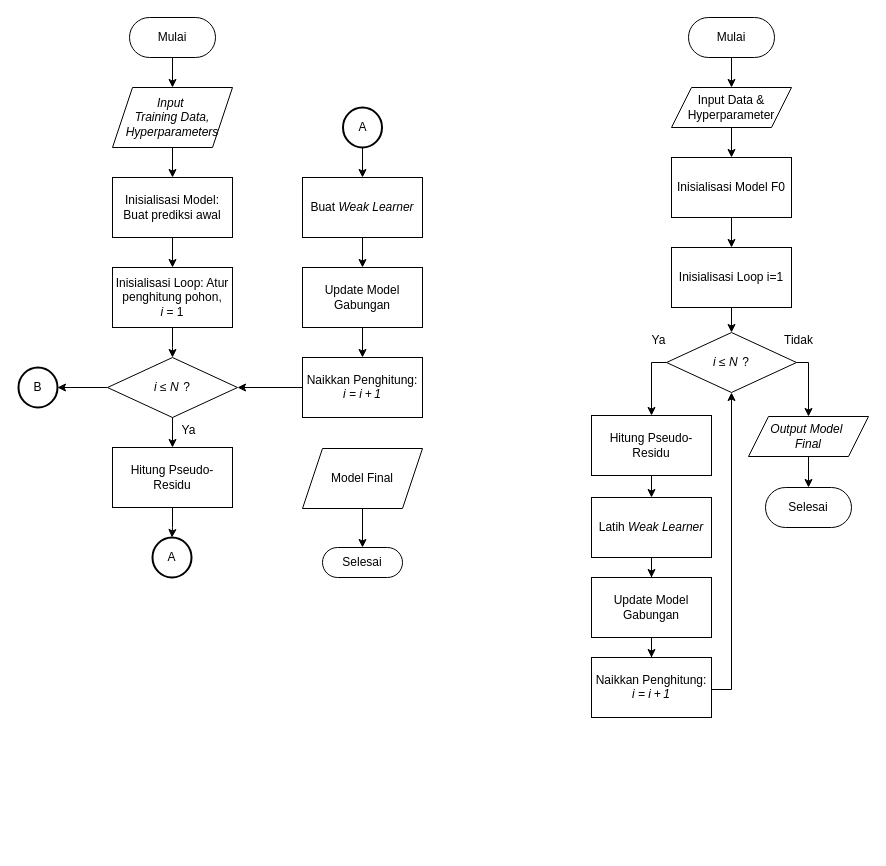
Above: diagrams/Flowchart gradient boosting.drawio in fadhilra101/skripsi (draw.io), before the change. Source tidied: cells renumbered, new cells numbered last; positions are measured from the earlier drawing's top-left corner, leaving out a move shared by most shapes. Both pictures are drawn from the tidied source at 100%, with x=0, y=0 at pixel (18, 17).
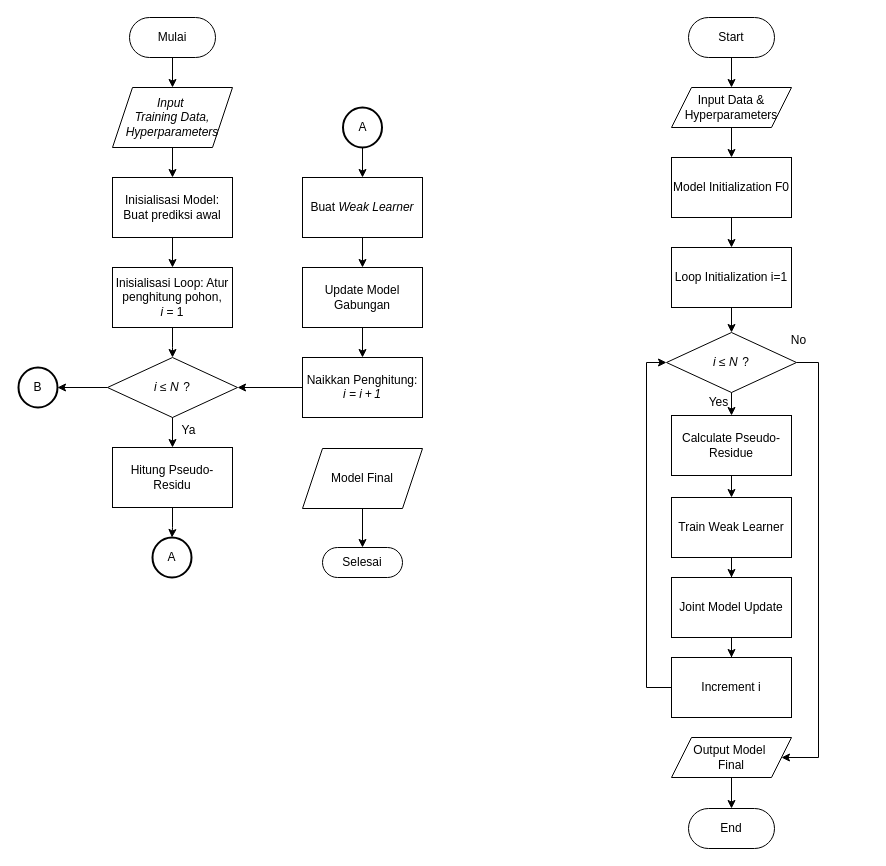
The same diagram, later.

The change refers to these unchanged cells:
```xml
<mxCell id="39" value="&lt;i&gt;i&amp;nbsp;&lt;/i&gt;&lt;span style=&quot;&quot; class=&quot;katex&quot;&gt;&lt;span style=&quot;&quot; aria-hidden=&quot;true&quot; class=&quot;katex-html&quot;&gt;&lt;span style=&quot;&quot; class=&quot;base&quot;&gt;&lt;span style=&quot;&quot; class=&quot;mrel&quot;&gt;≤&lt;/span&gt;&lt;span style=&quot;margin-right: 0.2778em; margin-right: 0.2778em;&quot; class=&quot;mspace&quot;&gt;&lt;/span&gt;&lt;/span&gt;&lt;span style=&quot;&quot; class=&quot;base&quot;&gt;&lt;i&gt;&lt;span style=&quot;height: 0.6833em;&quot; class=&quot;strut&quot;&gt;&lt;/span&gt;&lt;span style=&quot;margin-right: 0.109em;&quot; class=&quot;mord mathnormal&quot;&gt;N&lt;/span&gt;&lt;/i&gt;&lt;/span&gt;&lt;/span&gt;&lt;/span&gt; ?" style="rhombus;whiteSpace=wrap;html=1;fillColor=none;" parent="1" vertex="1">
  <mxGeometry x="648" y="315" width="130" height="60" as="geometry" />
</mxCell>
```

Change to the diagram source:
```diff
@@
-    <mxCell id="30" value="Mulai" style="html=1;dashed=0;whiteSpace=wrap;shape=mxgraph.dfd.start;" parent="1" vertex="1">
+    <mxCell id="30" value="Start" style="html=1;dashed=0;whiteSpace=wrap;shape=mxgraph.dfd.start;" parent="1" vertex="1">
       <mxGeometry x="670" width="86" height="40" as="geometry" />
     </mxCell>
@@
-    <mxCell id="32" value="Input Data &amp;amp; Hyperparameter" style="shape=parallelogram;perimeter=parallelogramPerimeter;whiteSpace=wrap;html=1;fixedSize=1;fillColor=none;" parent="1" vertex="1">
+    <mxCell id="32" value="Input Data &amp;amp; Hyperparameters" style="shape=parallelogram;perimeter=parallelogramPerimeter;whiteSpace=wrap;html=1;fixedSize=1;fillColor=none;" parent="1" vertex="1">
       <mxGeometry x="653" y="70" width="120" height="40" as="geometry" />
     </mxCell>
@@
-    <mxCell id="34" value="Inisialisasi Model F0" style="rounded=0;whiteSpace=wrap;html=1;fillColor=none;" parent="1" vertex="1">
+    <mxCell id="34" value="&lt;p&gt;Model Initialization F0&lt;/p&gt;" style="rounded=0;whiteSpace=wrap;html=1;fillColor=none;" parent="1" vertex="1">
       <mxGeometry x="653" y="140" width="120" height="60" as="geometry" />
     </mxCell>
@@
-    <mxCell id="36" value="Inisialisasi Loop i=1" style="rounded=0;whiteSpace=wrap;html=1;fillColor=none;" parent="1" vertex="1">
+    <mxCell id="36" value="&lt;p&gt;Loop Initialization i=1&lt;/p&gt;" style="rounded=0;whiteSpace=wrap;html=1;fillColor=none;" parent="1" vertex="1">
       <mxGeometry x="653" y="230" width="120" height="60" as="geometry" />
     </mxCell>
+    <mxCell id="38" style="edgeStyle=orthogonalEdgeStyle;rounded=0;jettySize=auto;html=1;entryX=0.5;entryY=0;entryDx=0;entryDy=0;" parent="1" edge="1" source="39" target="45">
+      <mxGeometry relative="1" as="geometry" />
+    </mxCell>
-    <mxCell id="37" style="edgeStyle=orthogonalEdgeStyle;rounded=0;jettySize=auto;html=1;" parent="1" edge="1" source="39" target="41">
+    <mxCell id="37" style="edgeStyle=orthogonalEdgeStyle;rounded=0;jettySize=auto;html=1;entryX=1;entryY=0.5;entryDx=0;entryDy=0;" parent="1" edge="1" source="39" target="41">
       <mxGeometry relative="1" as="geometry">
         <Array as="points">
-          <mxPoint x="790" y="345" />
+          <mxPoint x="800" y="345" />
+          <mxPoint x="800" y="740" />
         </Array>
       </mxGeometry>
     </mxCell>
-    <mxCell id="38" style="edgeStyle=orthogonalEdgeStyle;rounded=0;jettySize=auto;html=1;entryX=0.5;entryY=0;entryDx=0;entryDy=0;" parent="1" edge="1" source="39" target="45">
-      <mxGeometry relative="1" as="geometry">
-        <Array as="points">
-          <mxPoint x="633" y="345" />
-        </Array>
-      </mxGeometry>
-    </mxCell>
@@
-    <mxCell id="41" value="&lt;i&gt;Output Model&amp;nbsp;&lt;/i&gt;&lt;div&gt;&lt;i&gt;Final&lt;/i&gt;&lt;/div&gt;" style="shape=parallelogram;perimeter=parallelogramPerimeter;whiteSpace=wrap;html=1;fixedSize=1;fillColor=none;" parent="1" vertex="1">
-      <mxGeometry x="730" y="399" width="120" height="40" as="geometry" />
+    <mxCell id="41" value="Output Model&amp;nbsp;&lt;div&gt;Final&lt;/div&gt;" style="shape=parallelogram;perimeter=parallelogramPerimeter;whiteSpace=wrap;html=1;fixedSize=1;fillColor=none;" parent="1" vertex="1">
+      <mxGeometry x="653" y="720" width="120" height="40" as="geometry" />
     </mxCell>
-    <mxCell id="42" value="Selesai" style="html=1;dashed=0;whiteSpace=wrap;shape=mxgraph.dfd.start;" parent="1" vertex="1">
-      <mxGeometry x="747" y="470" width="86" height="40" as="geometry" />
+    <mxCell id="42" value="End" style="html=1;dashed=0;whiteSpace=wrap;shape=mxgraph.dfd.start;" parent="1" vertex="1">
+      <mxGeometry x="670" y="791" width="86" height="40" as="geometry" />
     </mxCell>
-    <mxCell id="43" value="Tidak" style="text;html=1;align=center;verticalAlign=middle;strokeColor=none;fillColor=none;" parent="1" vertex="1">
-      <mxGeometry x="755" y="308" width="50" height="30" as="geometry" />
+    <mxCell id="43" value="No" style="text;html=1;align=center;verticalAlign=middle;strokeColor=none;fillColor=none;" parent="1" vertex="1">
+      <mxGeometry x="760" y="308" width="40" height="30" as="geometry" />
     </mxCell>
@@
-    <mxCell id="45" value="Hitung Pseudo-Residu" style="rounded=0;whiteSpace=wrap;html=1;fillColor=none;" parent="1" vertex="1">
-      <mxGeometry x="573" y="398" width="120" height="60" as="geometry" />
+    <mxCell id="45" value="&lt;p&gt;Calculate Pseudo-Residue&lt;/p&gt;" style="rounded=0;whiteSpace=wrap;html=1;fillColor=none;" parent="1" vertex="1">
+      <mxGeometry x="653" y="398" width="120" height="60" as="geometry" />
     </mxCell>
@@
-    <mxCell id="47" value="Latih&amp;nbsp;&lt;i&gt;Weak Learner&lt;/i&gt;" style="rounded=0;whiteSpace=wrap;html=1;fillColor=none;" parent="1" vertex="1">
-      <mxGeometry x="573" y="480" width="120" height="60" as="geometry" />
+    <mxCell id="47" value="Train Weak Learner" style="rounded=0;whiteSpace=wrap;html=1;fillColor=none;" parent="1" vertex="1">
+      <mxGeometry x="653" y="480" width="120" height="60" as="geometry" />
     </mxCell>
@@
-    <mxCell id="49" value="Update Model Gabungan" style="rounded=0;whiteSpace=wrap;html=1;fillColor=none;" parent="1" vertex="1">
-      <mxGeometry x="573" y="560" width="120" height="60" as="geometry" />
+    <mxCell id="49" value="&lt;p&gt;Joint Model Update&lt;/p&gt;" style="rounded=0;whiteSpace=wrap;html=1;fillColor=none;" parent="1" vertex="1">
+      <mxGeometry x="653" y="560" width="120" height="60" as="geometry" />
     </mxCell>
-    <mxCell id="50" style="edgeStyle=orthogonalEdgeStyle;rounded=0;jettySize=auto;html=1;entryX=0.5;entryY=1;entryDx=0;entryDy=0;" parent="1" edge="1" source="51" target="39">
+    <mxCell id="50" style="edgeStyle=orthogonalEdgeStyle;rounded=0;jettySize=auto;html=1;entryX=0;entryY=0.5;entryDx=0;entryDy=0;" parent="1" edge="1" source="51" target="39">
       <mxGeometry relative="1" as="geometry">
         <Array as="points">
-          <mxPoint x="713" y="672" />
+          <mxPoint x="628" y="670" />
+          <mxPoint x="628" y="345" />
         </Array>
       </mxGeometry>
     </mxCell>
-    <mxCell id="51" value="Naikkan Penghitung: &lt;span class=&quot;katex&quot;&gt;&lt;span aria-hidden=&quot;true&quot; class=&quot;katex-html&quot;&gt;&lt;i&gt;&lt;span class=&quot;base&quot;&gt;&lt;span style=&quot;height: 0.6595em;&quot; class=&quot;strut&quot;&gt;&lt;/span&gt;&lt;span class=&quot;mord mathnormal&quot;&gt;i&lt;/span&gt;&lt;span style=&quot;margin-right: 0.2778em;&quot; class=&quot;mspace&quot;&gt;&lt;/span&gt;&lt;span class=&quot;mrel&quot;&gt;=&lt;/span&gt;&lt;span style=&quot;margin-right: 0.2778em;&quot; class=&quot;mspace&quot;&gt;&lt;/span&gt;&lt;/span&gt;&lt;span class=&quot;base&quot;&gt;&lt;span style=&quot;height: 0.7429em; vertical-align: -0.0833em;&quot; class=&quot;strut&quot;&gt;&lt;/span&gt;&lt;span class=&quot;mord mathnormal&quot;&gt;i&lt;/span&gt;&lt;span style=&quot;margin-right: 0.2222em;&quot; class=&quot;mspace&quot;&gt;&lt;/span&gt;&lt;span class=&quot;mbin&quot;&gt;+&lt;/span&gt;&lt;span style=&quot;margin-right: 0.2222em;&quot; class=&quot;mspace&quot;&gt;&lt;/span&gt;&lt;/span&gt;&lt;span class=&quot;base&quot;&gt;&lt;span style=&quot;height: 0.6444em;&quot; class=&quot;strut&quot;&gt;&lt;/span&gt;&lt;span class=&quot;mord&quot;&gt;1&lt;/span&gt;&lt;/span&gt;&lt;/i&gt;&lt;/span&gt;&lt;/span&gt;" style="rounded=0;whiteSpace=wrap;html=1;fillColor=none;" parent="1" vertex="1">
-      <mxGeometry x="573" y="640" width="120" height="60" as="geometry" />
+    <mxCell id="51" value="Increment i" style="rounded=0;whiteSpace=wrap;html=1;fillColor=none;" parent="1" vertex="1">
+      <mxGeometry x="653" y="640" width="120" height="60" as="geometry" />
     </mxCell>
-    <mxCell id="52" value="Ya" style="text;html=1;align=center;verticalAlign=middle;strokeColor=none;fillColor=none;" parent="1" vertex="1">
-      <mxGeometry x="620" y="308" width="40" height="30" as="geometry" />
+    <mxCell id="52" value="Yes" style="text;html=1;align=center;verticalAlign=middle;strokeColor=none;fillColor=none;" parent="1" vertex="1">
+      <mxGeometry x="680" y="370" width="40" height="30" as="geometry" />
     </mxCell>
```
